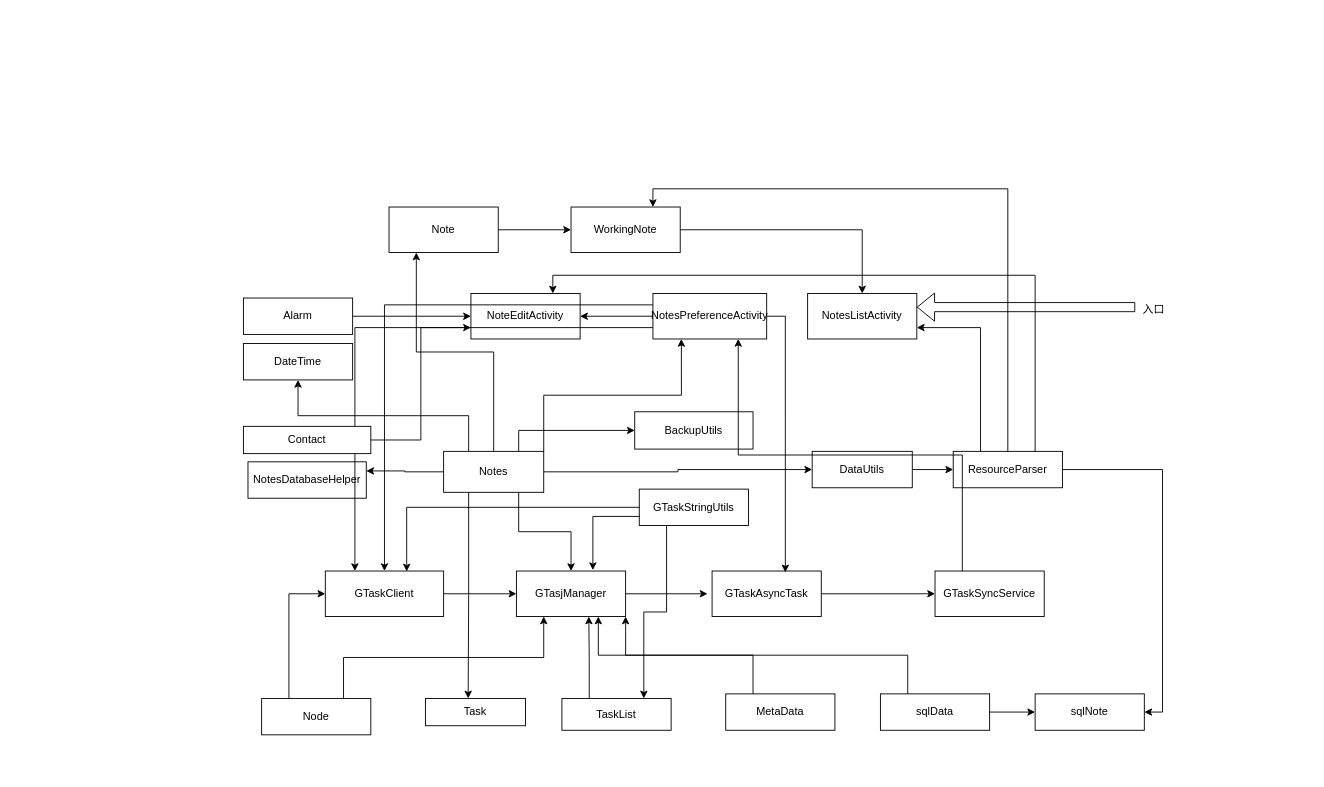
Earlier version of the draw.io diagram 未命名绘图.drawio (chinesdog/uml). Source tidied: cells renumbered, new cells numbered last; positions are measured from the earlier drawing's top-left corner, leaving out a move shared by most shapes. Both pictures are drawn from the tidied source at 91%, with x=0, y=0 at pixel (243, 207).
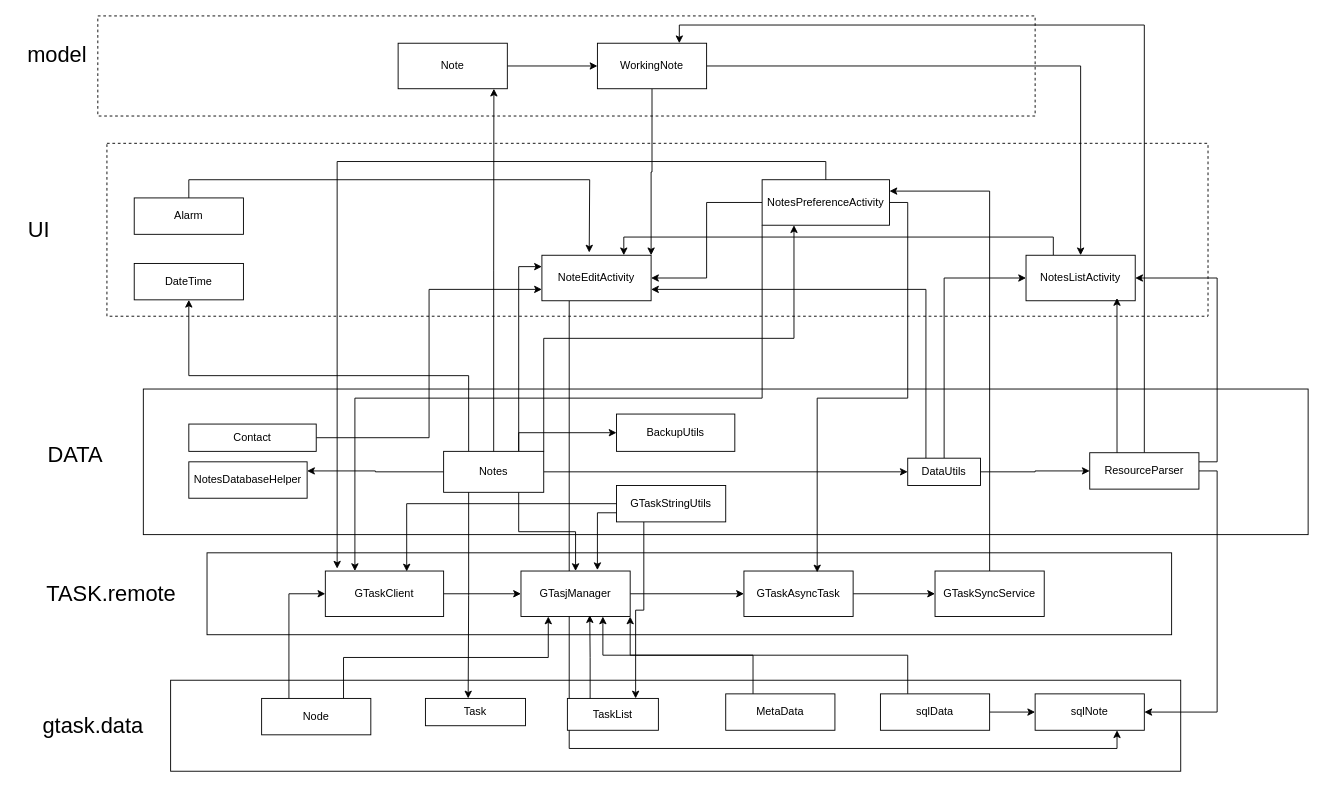
After the change.

Commit message (it also covers changes not shown here):
更新未命名绘图.drawio

Unchanged cells that the change refers to:
```xml
<mxCell id="17" value="Notes" style="rounded=0;whiteSpace=wrap;html=1;strokeColor=default;align=center;verticalAlign=middle;fontFamily=Helvetica;fontSize=12;fontColor=default;fillColor=default;" parent="1" vertex="1">
  <mxGeometry x="220" y="268.5" width="110" height="45" as="geometry" />
</mxCell>
<mxCell id="35" value="GTaskClient" style="rounded=0;whiteSpace=wrap;html=1;" parent="1" vertex="1">
  <mxGeometry x="90" y="400" width="130" height="50" as="geometry" />
</mxCell>
<mxCell id="41" value="GTaskSyncService" style="rounded=0;whiteSpace=wrap;html=1;" parent="1" vertex="1">
  <mxGeometry x="760" y="400" width="120" height="50" as="geometry" />
</mxCell>
<mxCell id="52" value="sqlNote" style="rounded=0;whiteSpace=wrap;html=1;" parent="1" vertex="1">
  <mxGeometry x="870" y="535" width="120" height="40" as="geometry" />
</mxCell>
```

What changed in the source:
```diff
@@
+    <mxCell id="62" style="rounded=0;whiteSpace=wrap;html=1;" parent="1" vertex="1">
+      <mxGeometry x="-80" y="520" width="1110" height="100" as="geometry" />
+    </mxCell>
+    <mxCell id="63" style="rounded=0;whiteSpace=wrap;html=1;" parent="1" vertex="1">
+      <mxGeometry x="-40" y="380" width="1060" height="90" as="geometry" />
+    </mxCell>
+    <mxCell id="64" style="rounded=0;whiteSpace=wrap;html=1;" parent="1" vertex="1">
+      <mxGeometry x="-110" y="200" width="1280" height="160" as="geometry" />
+    </mxCell>
+    <mxCell id="65" style="rounded=0;whiteSpace=wrap;html=1;dashed=1;" parent="1" vertex="1">
+      <mxGeometry x="-150" y="-70" width="1210" height="190" as="geometry" />
+    </mxCell>
+    <mxCell id="66" style="rounded=0;whiteSpace=wrap;html=1;dashed=1;" parent="1" vertex="1">
+      <mxGeometry x="-160" y="-210" width="1030" height="110" as="geometry" />
+    </mxCell>
@@
     <mxCell id="3" value="Note" style="rounded=0;whiteSpace=wrap;html=1;" parent="1" vertex="1">
-      <mxGeometry x="160" width="120" height="50" as="geometry" />
+      <mxGeometry x="170" y="-180" width="120" height="50" as="geometry" />
     </mxCell>
@@
+    <mxCell id="67" style="edgeStyle=orthogonalEdgeStyle;rounded=0;jettySize=auto;html=1;exitX=0.5;exitY=1;exitDx=0;exitDy=0;entryX=1;entryY=0;entryDx=0;entryDy=0;" parent="1" edge="1" source="5" target="7">
+      <mxGeometry relative="1" as="geometry" />
+    </mxCell>
     <mxCell id="5" value="WorkingNote" style="whiteSpace=wrap;html=1;rounded=0;" parent="1" vertex="1">
-      <mxGeometry x="360" width="120" height="50" as="geometry" />
+      <mxGeometry x="389" y="-180" width="120" height="50" as="geometry" />
     </mxCell>
+    <mxCell id="68" style="edgeStyle=orthogonalEdgeStyle;rounded=0;jettySize=auto;html=1;exitX=0.25;exitY=0;exitDx=0;exitDy=0;entryX=0.75;entryY=0;entryDx=0;entryDy=0;" parent="1" edge="1" source="6" target="7">
+      <mxGeometry relative="1" as="geometry" />
+    </mxCell>
     <mxCell id="6" value="NotesListActivity" style="whiteSpace=wrap;html=1;rounded=0;" parent="1" vertex="1">
-      <mxGeometry x="620" y="95" width="120" height="50" as="geometry" />
+      <mxGeometry x="860" y="53" width="120" height="50" as="geometry" />
     </mxCell>
+    <mxCell id="69" style="edgeStyle=orthogonalEdgeStyle;rounded=0;jettySize=auto;html=1;exitX=0.25;exitY=1;exitDx=0;exitDy=0;entryX=0.75;entryY=1;entryDx=0;entryDy=0;" parent="1" edge="1" source="7" target="52">
+      <mxGeometry relative="1" as="geometry" />
+    </mxCell>
     <mxCell id="7" value="NoteEditActivity" style="rounded=0;whiteSpace=wrap;html=1;strokeColor=default;align=center;verticalAlign=middle;fontFamily=Helvetica;fontSize=12;fontColor=default;fillColor=default;" parent="1" vertex="1">
-      <mxGeometry x="250" y="95" width="120" height="50" as="geometry" />
+      <mxGeometry x="328" y="53" width="120" height="50" as="geometry" />
     </mxCell>
-    <mxCell id="8" style="edgeStyle=orthogonalEdgeStyle;rounded=0;jettySize=auto;html=1;entryX=0;entryY=0.5;entryDx=0;entryDy=0;" parent="1" edge="1" source="9" target="7">
-      <mxGeometry relative="1" as="geometry" />
-    </mxCell>
+    <mxCell id="70" style="edgeStyle=orthogonalEdgeStyle;rounded=0;jettySize=auto;html=1;exitX=0.5;exitY=0;exitDx=0;exitDy=0;" parent="1" edge="1" source="9">
+      <mxGeometry relative="1" as="geometry">
+        <mxPoint x="380" y="50" as="targetPoint" />
+      </mxGeometry>
+    </mxCell>
     <mxCell id="9" value="Alarm" style="rounded=0;whiteSpace=wrap;html=1;strokeColor=default;align=center;verticalAlign=middle;fontFamily=Helvetica;fontSize=12;fontColor=default;fillColor=default;" parent="1" vertex="1">
-      <mxGeometry y="100" width="120" height="40" as="geometry" />
+      <mxGeometry x="-120" y="-10" width="120" height="40" as="geometry" />
     </mxCell>
@@
-    <mxCell id="11" style="edgeStyle=orthogonalEdgeStyle;rounded=0;jettySize=auto;html=1;exitX=0.5;exitY=0;exitDx=0;exitDy=0;entryX=0.25;entryY=1;entryDx=0;entryDy=0;" parent="1" edge="1" source="17" target="3">
-      <mxGeometry relative="1" as="geometry" />
-    </mxCell>
@@
+    <mxCell id="71" style="edgeStyle=orthogonalEdgeStyle;rounded=0;jettySize=auto;html=1;exitX=0.75;exitY=0;exitDx=0;exitDy=0;entryX=0;entryY=0.25;entryDx=0;entryDy=0;" parent="1" edge="1" source="17" target="7">
+      <mxGeometry relative="1" as="geometry" />
+    </mxCell>
@@
     <mxCell id="18" value="BackupUtils" style="whiteSpace=wrap;html=1;rounded=0;" parent="1" vertex="1">
-      <mxGeometry x="430" y="225" width="130" height="41" as="geometry" />
+      <mxGeometry x="410" y="227.5" width="130" height="41" as="geometry" />
     </mxCell>
     <mxCell id="19" value="NotesDatabaseHelper" style="whiteSpace=wrap;html=1;rounded=0;" parent="1" vertex="1">
-      <mxGeometry x="5" y="280" width="130" height="40" as="geometry" />
+      <mxGeometry x="-60" y="280" width="130" height="40" as="geometry" />
     </mxCell>
     <mxCell id="20" value="DateTime" style="rounded=0;whiteSpace=wrap;html=1;" parent="1" vertex="1">
-      <mxGeometry y="150" width="120" height="40" as="geometry" />
+      <mxGeometry x="-120" y="62" width="120" height="40" as="geometry" />
     </mxCell>
@@
     <mxCell id="22" value="GTaskStringUtils" style="rounded=0;whiteSpace=wrap;html=1;" parent="1" vertex="1">
-      <mxGeometry x="435" y="310" width="120" height="40" as="geometry" />
+      <mxGeometry x="410" y="306" width="120" height="40" as="geometry" />
     </mxCell>
@@
-    <mxCell id="24" style="edgeStyle=orthogonalEdgeStyle;rounded=0;jettySize=auto;html=1;exitX=0;exitY=0.25;exitDx=0;exitDy=0;entryX=0.5;entryY=0;entryDx=0;entryDy=0;" parent="1" edge="1" source="26" target="35">
-      <mxGeometry relative="1" as="geometry" />
-    </mxCell>
-    <mxCell id="25" style="edgeStyle=orthogonalEdgeStyle;rounded=0;jettySize=auto;html=1;exitX=0;exitY=0.75;exitDx=0;exitDy=0;entryX=0.25;entryY=0;entryDx=0;entryDy=0;" parent="1" edge="1" source="26" target="35">
-      <mxGeometry relative="1" as="geometry" />
-    </mxCell>
+    <mxCell id="72" style="edgeStyle=orthogonalEdgeStyle;rounded=0;jettySize=auto;html=1;exitX=0;exitY=1;exitDx=0;exitDy=0;entryX=0.25;entryY=0;entryDx=0;entryDy=0;" parent="1" edge="1" source="26" target="35">
+      <mxGeometry relative="1" as="geometry" />
+    </mxCell>
     <mxCell id="26" value="NotesPreferenceActivity" style="rounded=0;whiteSpace=wrap;html=1;" parent="1" vertex="1">
-      <mxGeometry x="450" y="95" width="125" height="50" as="geometry" />
+      <mxGeometry x="570" y="-30" width="140" height="50" as="geometry" />
     </mxCell>
@@
+    <mxCell id="73" style="edgeStyle=orthogonalEdgeStyle;rounded=0;jettySize=auto;html=1;exitX=0.5;exitY=0;exitDx=0;exitDy=0;entryX=0;entryY=0.5;entryDx=0;entryDy=0;" parent="1" edge="1" source="28" target="6">
+      <mxGeometry relative="1" as="geometry" />
+    </mxCell>
+    <mxCell id="74" style="edgeStyle=orthogonalEdgeStyle;rounded=0;jettySize=auto;html=1;exitX=0.25;exitY=0;exitDx=0;exitDy=0;entryX=1;entryY=0.75;entryDx=0;entryDy=0;" parent="1" edge="1" source="28" target="7">
+      <mxGeometry relative="1" as="geometry" />
+    </mxCell>
     <mxCell id="28" value="DataUtils" style="rounded=0;whiteSpace=wrap;html=1;" parent="1" vertex="1">
-      <mxGeometry x="625" y="268.5" width="110" height="40" as="geometry" />
+      <mxGeometry x="730" y="276" width="80" height="30" as="geometry" />
     </mxCell>
-    <mxCell id="29" style="edgeStyle=orthogonalEdgeStyle;rounded=0;jettySize=auto;html=1;exitX=0.25;exitY=0;exitDx=0;exitDy=0;entryX=1;entryY=0.75;entryDx=0;entryDy=0;" parent="1" edge="1" source="33" target="6">
-      <mxGeometry relative="1" as="geometry" />
-    </mxCell>
@@
-    <mxCell id="31" style="edgeStyle=orthogonalEdgeStyle;rounded=0;jettySize=auto;html=1;exitX=0.75;exitY=0;exitDx=0;exitDy=0;entryX=0.75;entryY=0;entryDx=0;entryDy=0;" parent="1" edge="1" source="33" target="7">
-      <mxGeometry relative="1" as="geometry" />
-    </mxCell>
@@
+    <mxCell id="75" style="edgeStyle=orthogonalEdgeStyle;rounded=0;jettySize=auto;html=1;exitX=1;exitY=0.25;exitDx=0;exitDy=0;entryX=1;entryY=0.5;entryDx=0;entryDy=0;" parent="1" edge="1" source="33" target="6">
+      <mxGeometry relative="1" as="geometry" />
+    </mxCell>
     <mxCell id="33" value="ResourceParser" style="rounded=0;whiteSpace=wrap;html=1;" parent="1" vertex="1">
-      <mxGeometry x="780" y="268.5" width="120" height="40" as="geometry" />
+      <mxGeometry x="930" y="270" width="120" height="40" as="geometry" />
     </mxCell>
@@
-    <mxCell id="36" style="edgeStyle=orthogonalEdgeStyle;rounded=0;jettySize=auto;html=1;exitX=1;exitY=0.5;exitDx=0;exitDy=0;" parent="1" edge="1" source="37">
-      <mxGeometry relative="1" as="geometry">
-        <mxPoint x="510" y="425" as="targetPoint" />
-      </mxGeometry>
-    </mxCell>
+    <mxCell id="76" style="edgeStyle=orthogonalEdgeStyle;rounded=0;jettySize=auto;html=1;exitX=1;exitY=0.5;exitDx=0;exitDy=0;entryX=0;entryY=0.5;entryDx=0;entryDy=0;" parent="1" edge="1" source="37" target="39">
+      <mxGeometry relative="1" as="geometry" />
+    </mxCell>
     <mxCell id="37" value="GTasjManager" style="rounded=0;whiteSpace=wrap;html=1;" parent="1" vertex="1">
-      <mxGeometry x="300" y="400" width="120" height="50" as="geometry" />
+      <mxGeometry x="305" y="400" width="120" height="50" as="geometry" />
     </mxCell>
@@
     <mxCell id="39" value="GTaskAsyncTask" style="rounded=0;whiteSpace=wrap;html=1;" parent="1" vertex="1">
-      <mxGeometry x="515" y="400" width="120" height="50" as="geometry" />
+      <mxGeometry x="550" y="400" width="120" height="50" as="geometry" />
     </mxCell>
-    <mxCell id="40" style="edgeStyle=orthogonalEdgeStyle;rounded=0;jettySize=auto;html=1;exitX=0.25;exitY=0;exitDx=0;exitDy=0;entryX=0.75;entryY=1;entryDx=0;entryDy=0;" parent="1" edge="1" source="41" target="26">
+    <mxCell id="40" style="edgeStyle=orthogonalEdgeStyle;rounded=0;jettySize=auto;html=1;exitX=0.5;exitY=0;exitDx=0;exitDy=0;entryX=1;entryY=0.25;entryDx=0;entryDy=0;" parent="1" edge="1" source="41" target="26">
       <mxGeometry relative="1" as="geometry" />
     </mxCell>
@@
     <mxCell id="46" value="TaskList" style="rounded=0;whiteSpace=wrap;html=1;" parent="1" vertex="1">
-      <mxGeometry x="350" y="540" width="120" height="35" as="geometry" />
+      <mxGeometry x="356" y="540" width="100" height="35" as="geometry" />
     </mxCell>
@@
     <mxCell id="54" value="Contact" style="rounded=0;whiteSpace=wrap;html=1;strokeColor=default;align=center;verticalAlign=middle;fontFamily=Helvetica;fontSize=12;fontColor=default;fillColor=default;" parent="1" vertex="1">
-      <mxGeometry y="241" width="140" height="30" as="geometry" />
+      <mxGeometry x="-60" y="238.5" width="140" height="30" as="geometry" />
     </mxCell>
-    <mxCell id="55" style="shape=flexArrow;endArrow=classic;html=1;rounded=0;" parent="1" edge="1">
-      <mxGeometry relative="1" as="geometry">
-        <mxPoint x="980" y="110" as="sourcePoint" />
-        <mxPoint x="740" y="110" as="targetPoint" />
-      </mxGeometry>
-    </mxCell>
-    <mxCell id="56" value="入口" style="text;html=1;align=center;verticalAlign=middle;strokeColor=none;fillColor=none;" parent="1" vertex="1">
-      <mxGeometry x="975" y="98" width="50" height="30" as="geometry" />
-    </mxCell>
@@
-    <mxCell id="59" style="edgeStyle=orthogonalEdgeStyle;rounded=0;jettySize=auto;html=1;exitX=0.25;exitY=0;exitDx=0;exitDy=0;entryX=0.663;entryY=1;entryDx=0;entryDy=0;entryPerimeter=0;" parent="1" edge="1" source="46" target="37">
-      <mxGeometry relative="1" as="geometry" />
-    </mxCell>
@@
+    <mxCell id="77" style="edgeStyle=orthogonalEdgeStyle;rounded=0;jettySize=auto;html=1;exitX=0.5;exitY=0;exitDx=0;exitDy=0;entryX=0.1;entryY=-0.053;entryDx=0;entryDy=0;entryPerimeter=0;" parent="1" edge="1" source="26" target="35">
+      <mxGeometry relative="1" as="geometry" />
+    </mxCell>
+    <mxCell id="11" style="edgeStyle=orthogonalEdgeStyle;rounded=0;jettySize=auto;html=1;exitX=0.5;exitY=0;exitDx=0;exitDy=0;entryX=0.877;entryY=1;entryDx=0;entryDy=0;entryPerimeter=0;" parent="1" edge="1" source="17" target="3">
+      <mxGeometry relative="1" as="geometry" />
+    </mxCell>
+    <mxCell id="59" style="edgeStyle=orthogonalEdgeStyle;rounded=0;jettySize=auto;html=1;exitX=0.25;exitY=0;exitDx=0;exitDy=0;entryX=0.63;entryY=0.971;entryDx=0;entryDy=0;entryPerimeter=0;" parent="1" edge="1" source="46" target="37">
+      <mxGeometry relative="1" as="geometry" />
+    </mxCell>
+    <mxCell id="78" style="edgeStyle=orthogonalEdgeStyle;rounded=0;jettySize=auto;html=1;exitX=0.25;exitY=0;exitDx=0;exitDy=0;entryX=0.833;entryY=0.94;entryDx=0;entryDy=0;entryPerimeter=0;" parent="1" edge="1" source="33" target="6">
+      <mxGeometry relative="1" as="geometry" />
+    </mxCell>
+    <mxCell id="79" value="&lt;font style=&quot;font-size: 24px;&quot;&gt;model&lt;/font&gt;" style="text;html=1;align=center;verticalAlign=middle;strokeColor=none;fillColor=none;" parent="1" vertex="1">
+      <mxGeometry x="-250" y="-187" width="90" height="40" as="geometry" />
+    </mxCell>
+    <mxCell id="80" value="&lt;font style=&quot;font-size: 24px;&quot;&gt;UI&lt;/font&gt;" style="text;html=1;align=center;verticalAlign=middle;strokeColor=none;fillColor=none;" parent="1" vertex="1">
+      <mxGeometry x="-250" y="5" width="50" height="40" as="geometry" />
+    </mxCell>
+    <mxCell id="81" value="&lt;font style=&quot;font-size: 24px;&quot;&gt;DATA&lt;/font&gt;" style="text;html=1;align=center;verticalAlign=middle;strokeColor=none;fillColor=none;" parent="1" vertex="1">
+      <mxGeometry x="-225" y="253" width="80" height="40" as="geometry" />
+    </mxCell>
+    <mxCell id="82" value="&lt;font style=&quot;font-size: 24px;&quot;&gt;TASK.remote&lt;/font&gt;" style="text;html=1;align=center;verticalAlign=middle;whiteSpace=wrap;rounded=0;" parent="1" vertex="1">
+      <mxGeometry x="-190" y="410" width="90" height="30" as="geometry" />
+    </mxCell>
+    <mxCell id="83" value="&lt;font style=&quot;font-size: 24px;&quot;&gt;gtask.data&lt;/font&gt;" style="text;html=1;align=center;verticalAlign=middle;whiteSpace=wrap;rounded=0;" parent="1" vertex="1">
+      <mxGeometry x="-210" y="550" width="90" height="40" as="geometry" />
+    </mxCell>
```
